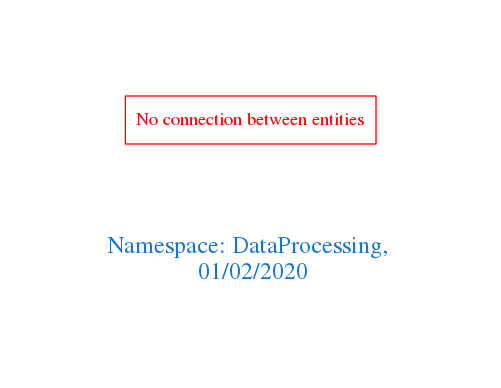
Above: downloads/DataProcessing.png in arago/OGIT (Graphviz), before the change. Its source is kept beside it as downloads/DataProcessing.dot.
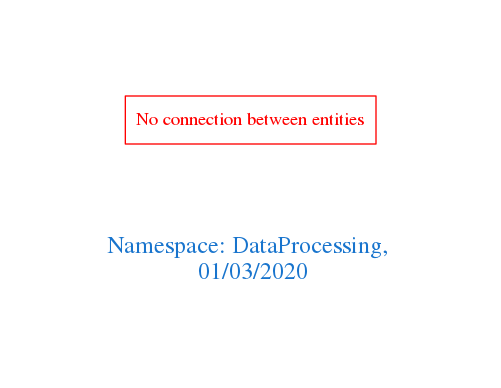
Above is the later version.

Diff of the diagram source:
```diff
@@ -1,7 +1,7 @@
 digraph OGIT_ontology {
  graph [ rankdir= LR,pad=1
 fontsize = 18,
-fontcolor= dodgerblue3,label = "\n\n\nNamespace: DataProcessing, \n 01/02/2020"];
+fontcolor= dodgerblue3,label = "\n\n\nNamespace: DataProcessing, \n 01/03/2020"];
 node[shape=polygon];
 edge [  color="gray81"];
 
```
